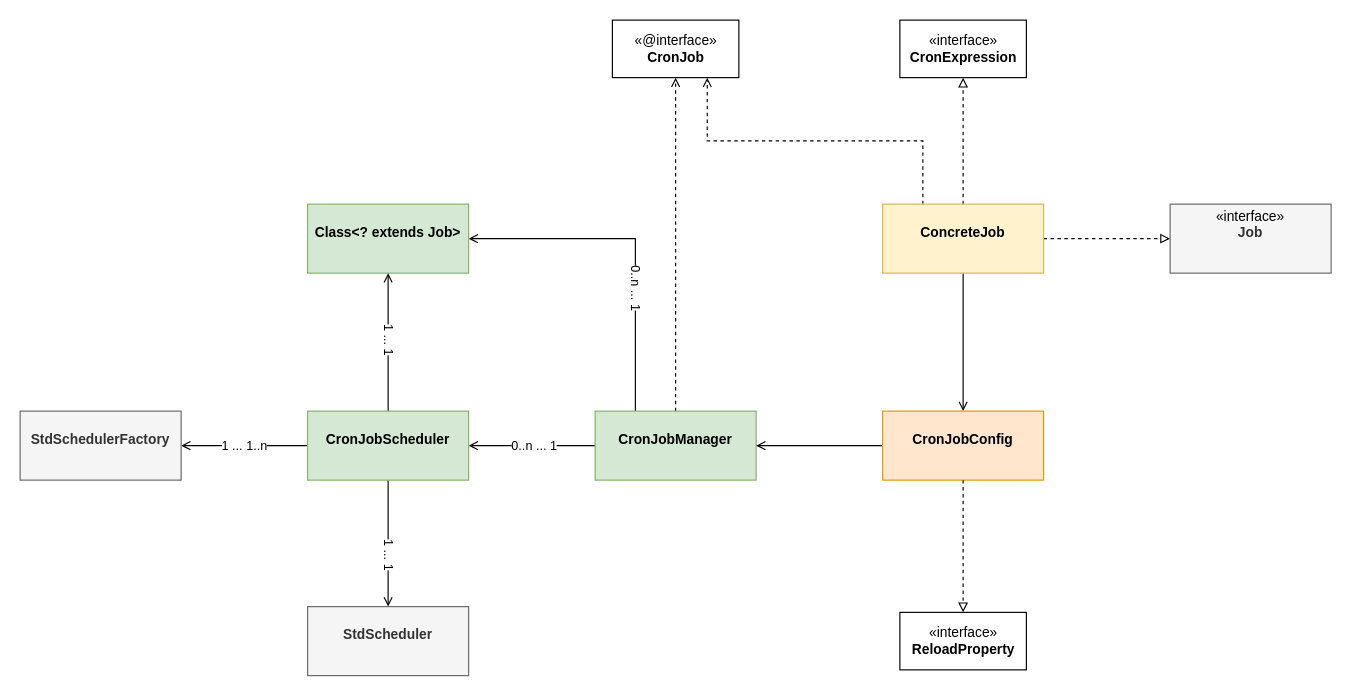
GeekKwok/UML keeps this draw.io diagram as leyan/policy/policy-quartz-component-class-diagram.drawio. Above is the earlier version. Source tidied: cells renumbered, new cells numbered last; positions are measured from the earlier drawing's top-left corner, leaving out a move shared by most shapes. Both pictures are drawn from the tidied source at 115%, with x=0, y=0 at pixel (20, 20).
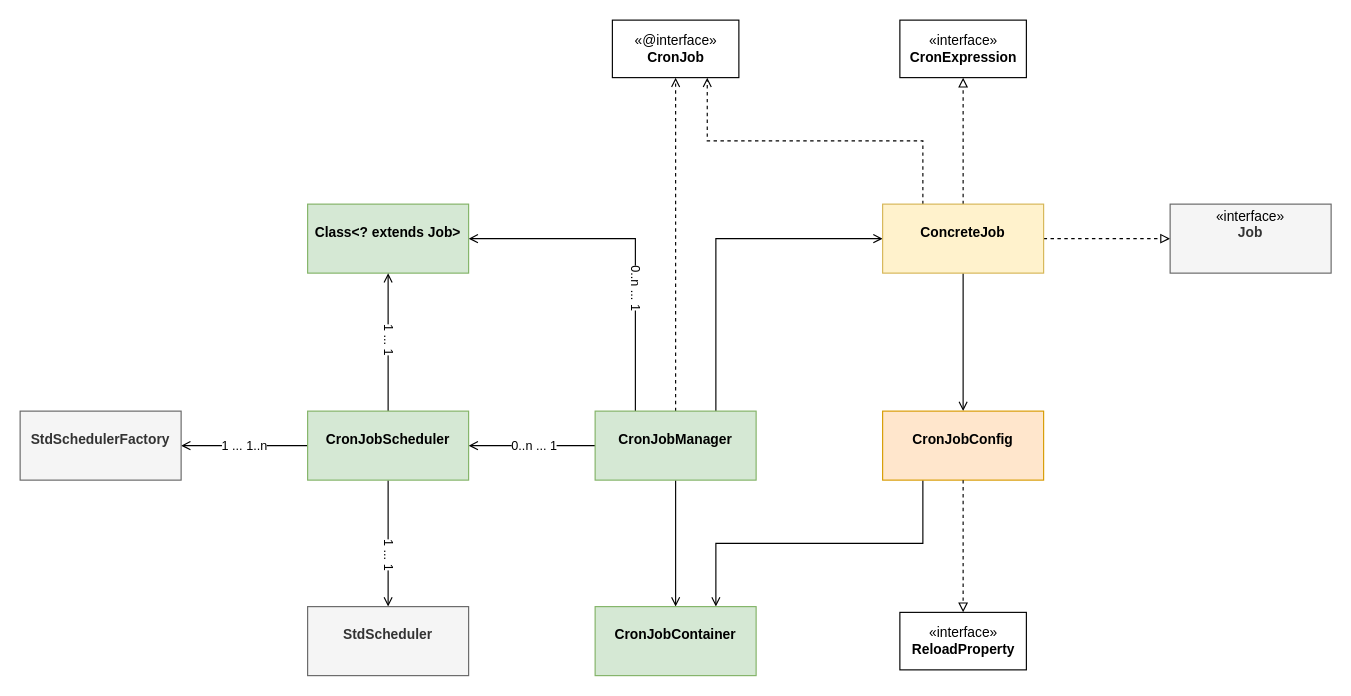
Above is the later version.

Unchanged cells that the change refers to:
```xml
<mxCell id="7" value="&lt;p style=&quot;margin: 0px ; margin-top: 4px ; text-align: center&quot;&gt;&lt;br&gt;&lt;b&gt;CronJobManager&lt;/b&gt;&lt;/p&gt;" style="verticalAlign=top;align=left;overflow=fill;fontSize=12;fontFamily=Helvetica;html=1;fillColor=#d5e8d4;strokeColor=#82b366;" parent="1" vertex="1">
  <mxGeometry x="500" y="340" width="140" height="60" as="geometry" />
</mxCell>
<mxCell id="21" value="&lt;p style=&quot;margin: 0px ; margin-top: 4px ; text-align: center&quot;&gt;&lt;br&gt;&lt;b&gt;ConcreteJob&lt;/b&gt;&lt;/p&gt;" style="verticalAlign=top;align=left;overflow=fill;fontSize=12;fontFamily=Helvetica;html=1;fillColor=#fff2cc;strokeColor=#d6b656;" parent="1" vertex="1">
  <mxGeometry x="750" y="160" width="140" height="60" as="geometry" />
</mxCell>
<mxCell id="26" value="&lt;p style=&quot;margin: 0px ; margin-top: 4px ; text-align: center&quot;&gt;&lt;br&gt;&lt;b&gt;CronJobConfig&lt;/b&gt;&lt;/p&gt;" style="verticalAlign=top;align=left;overflow=fill;fontSize=12;fontFamily=Helvetica;html=1;fillColor=#ffe6cc;strokeColor=#d79b00;" parent="1" vertex="1">
  <mxGeometry x="750" y="340" width="140" height="60" as="geometry" />
</mxCell>
```

The edit, as a diff of the source:
```diff
@@
+    <mxCell id="30" style="edgeStyle=orthogonalEdgeStyle;rounded=0;jumpStyle=arc;jettySize=auto;html=1;exitX=0.5;exitY=1;exitDx=0;exitDy=0;endArrow=open;endFill=0;" parent="1" edge="1" source="7" target="32">
+      <mxGeometry relative="1" as="geometry" />
+    </mxCell>
+    <mxCell id="31" style="edgeStyle=orthogonalEdgeStyle;rounded=0;jumpStyle=arc;jettySize=auto;html=1;exitX=0.75;exitY=0;exitDx=0;exitDy=0;entryX=0;entryY=0.5;entryDx=0;entryDy=0;endArrow=open;endFill=0;" parent="1" edge="1" source="7" target="21">
+      <mxGeometry relative="1" as="geometry" />
+    </mxCell>
@@
-    <mxCell id="25" style="edgeStyle=orthogonalEdgeStyle;rounded=0;jumpStyle=arc;jettySize=auto;html=1;exitX=0;exitY=0.5;exitDx=0;exitDy=0;entryX=1;entryY=0.5;entryDx=0;entryDy=0;endArrow=open;endFill=0;" parent="1" edge="1" source="26" target="7">
+    <mxCell id="25" style="edgeStyle=orthogonalEdgeStyle;rounded=0;jumpStyle=arc;jettySize=auto;html=1;exitX=0.25;exitY=1;exitDx=0;exitDy=0;entryX=0.75;entryY=0;entryDx=0;entryDy=0;endArrow=open;endFill=0;" parent="1" edge="1" source="26" target="32">
       <mxGeometry relative="1" as="geometry" />
     </mxCell>
@@
+    <mxCell id="32" value="&lt;p style=&quot;margin: 0px ; margin-top: 4px ; text-align: center&quot;&gt;&lt;br&gt;&lt;b&gt;CronJobContainer&lt;/b&gt;&lt;/p&gt;" style="verticalAlign=top;align=left;overflow=fill;fontSize=12;fontFamily=Helvetica;html=1;fillColor=#d5e8d4;strokeColor=#82b366;" parent="1" vertex="1">
+      <mxGeometry x="500" y="510" width="140" height="60" as="geometry" />
+    </mxCell>
```
